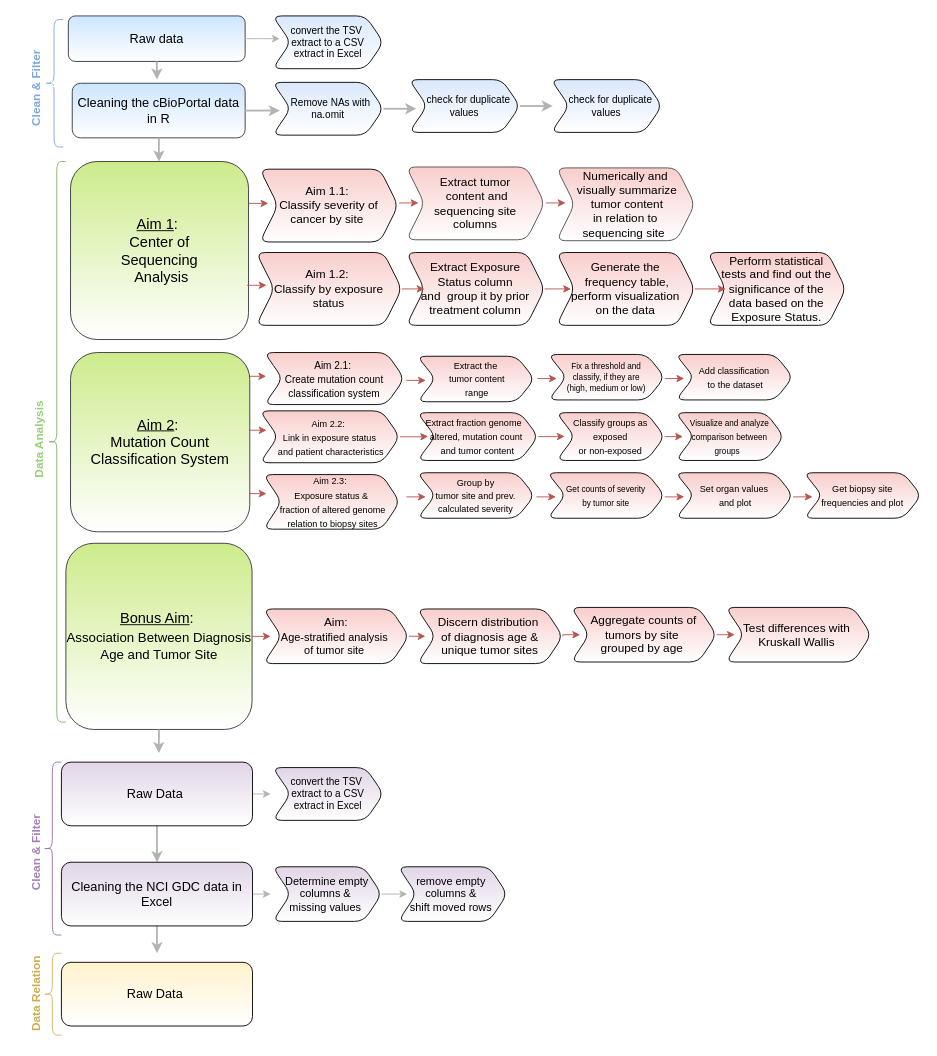
aiy-wish/Data-Wrangling-Project keeps this draw.io diagram as Pipeline_Image.drawio. Above is the earlier version. Source tidied: cells renumbered, new cells numbered last; positions are measured from the earlier drawing's top-left corner, leaving out a move shared by most shapes. Both pictures are drawn from the tidied source at 91%, with x=0, y=0 at pixel (-10, 15).
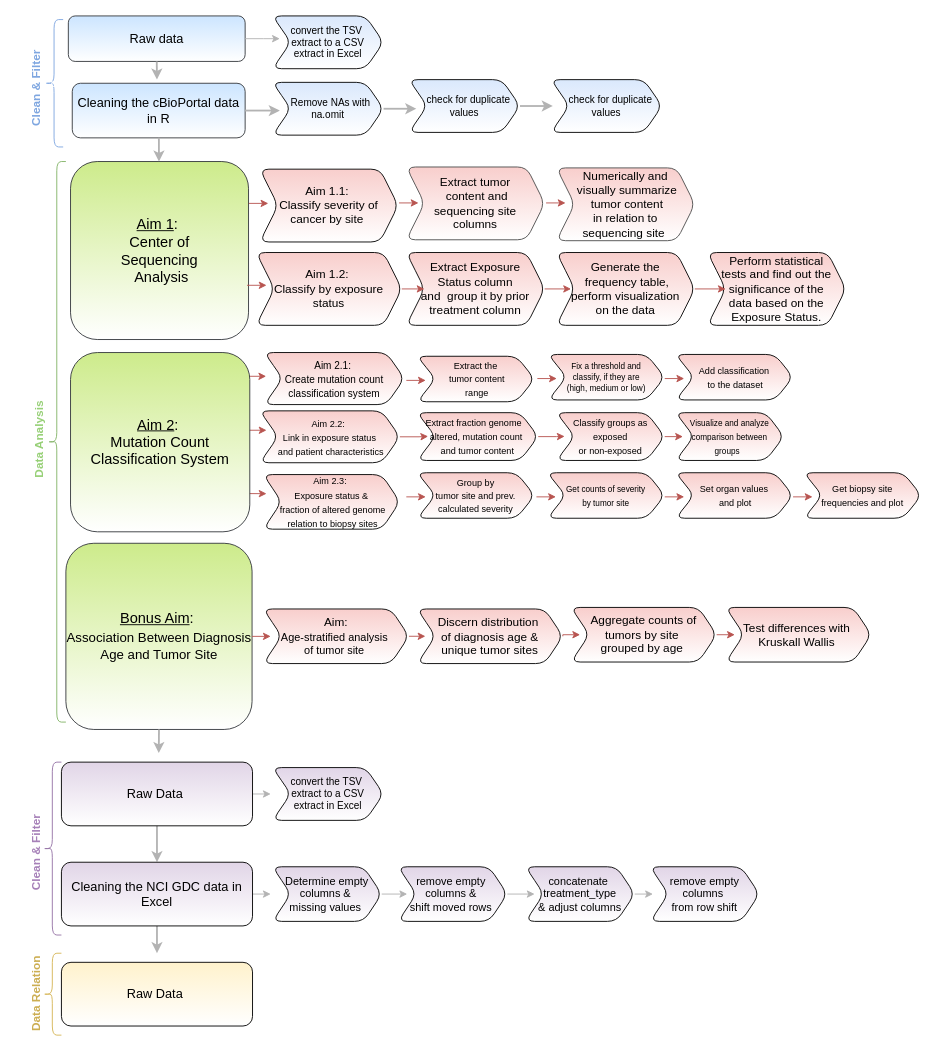
The same diagram, later.

Unchanged cells that the change refers to:
```xml
<mxCell id="83" value="remove empty&amp;nbsp;&lt;br&gt;columns &amp;amp;&amp;nbsp;&lt;br&gt;shift moved rows&amp;nbsp;" style="shape=step;perimeter=stepPerimeter;whiteSpace=wrap;html=1;fixedSize=1;fontSize=12;strokeColor=default;rounded=1;fillColor=#e1d5e7;gradientColor=#ffffff;" parent="1" vertex="1">
  <mxGeometry x="448" y="935" width="120" height="60" as="geometry" />
</mxCell>
```

Change to the diagram source:
```diff
@@
+    <mxCell id="90" style="edgeStyle=orthogonalEdgeStyle;rounded=0;jettySize=auto;html=1;exitX=1;exitY=0.5;exitDx=0;exitDy=0;fontSize=12;strokeColor=#B3B3B3;" parent="1" edge="1" source="83">
+      <mxGeometry relative="1" as="geometry">
+        <mxPoint x="598" y="965" as="targetPoint" />
+      </mxGeometry>
+    </mxCell>
@@
+    <mxCell id="91" style="edgeStyle=orthogonalEdgeStyle;rounded=0;jettySize=auto;html=1;exitX=1;exitY=0.5;exitDx=0;exitDy=0;fontSize=12;strokeColor=#B3B3B3;" parent="1" edge="1" source="92">
+      <mxGeometry relative="1" as="geometry">
+        <mxPoint x="728" y="965" as="targetPoint" />
+      </mxGeometry>
+    </mxCell>
+    <mxCell id="92" value="concatenate&amp;nbsp;&lt;br&gt;treatment_type&lt;br&gt;&amp;amp; adjust columns" style="shape=step;perimeter=stepPerimeter;whiteSpace=wrap;html=1;fixedSize=1;fontSize=12;strokeColor=default;rounded=1;fillColor=#e1d5e7;gradientColor=#ffffff;" parent="1" vertex="1">
+      <mxGeometry x="588" y="935" width="120" height="60" as="geometry" />
+    </mxCell>
@@
+    <mxCell id="93" value="remove empty&lt;br&gt;columns&amp;nbsp;&lt;br&gt;from row shift" style="shape=step;perimeter=stepPerimeter;whiteSpace=wrap;html=1;fixedSize=1;fontSize=12;strokeColor=default;rounded=1;fillColor=#e1d5e7;gradientColor=#ffffff;" parent="1" vertex="1">
+      <mxGeometry x="725" y="935" width="120" height="60" as="geometry" />
+    </mxCell>
```
